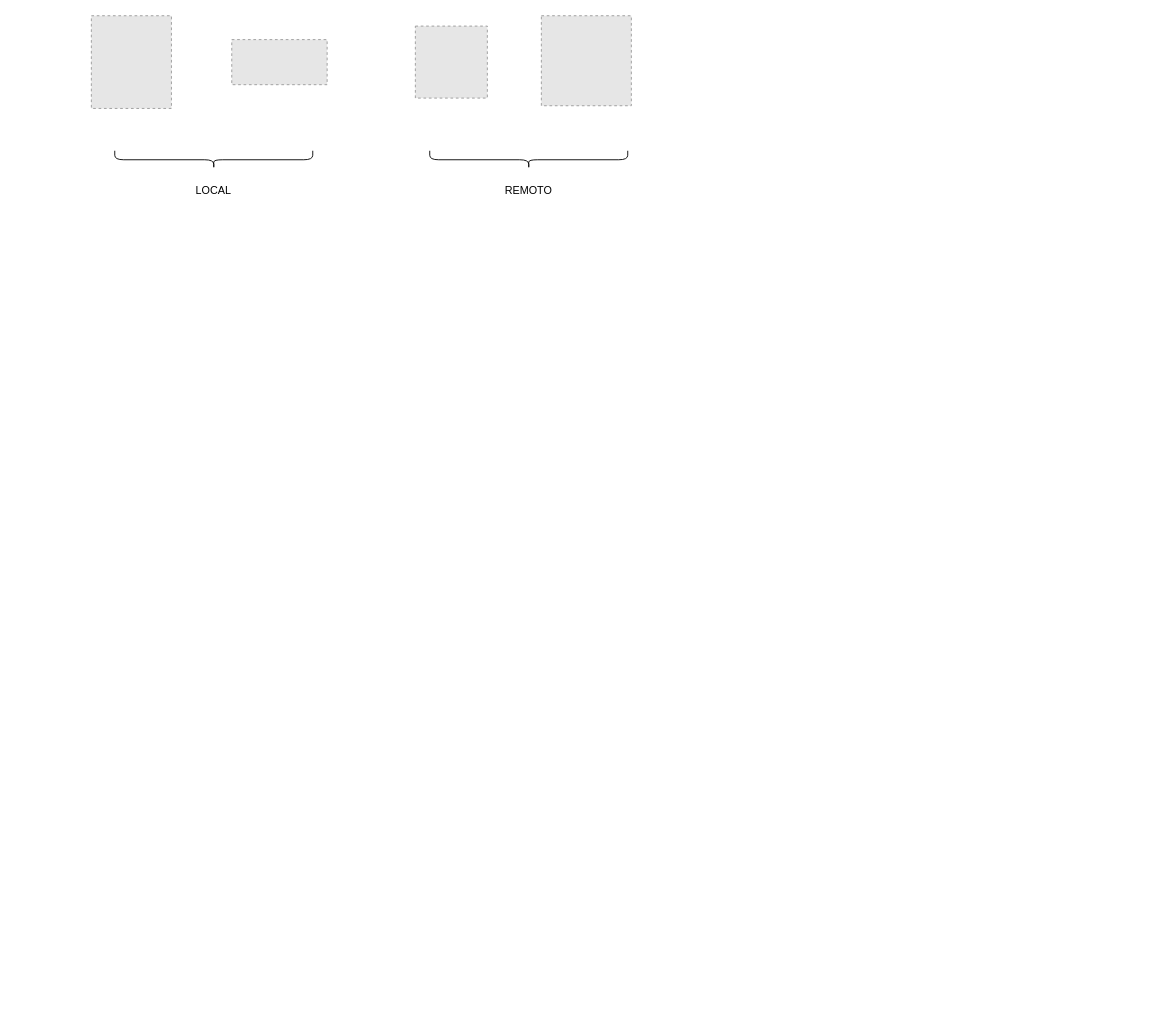
The draw.io diagram draft_solution.drawio in jlvargasy/diagrams, before the edit. Source tidied: cells renumbered, new cells numbered last; positions are measured from the earlier drawing's top-left corner, leaving out a move shared by most shapes. Both pictures are drawn from the tidied source at 90%, with x=0, y=0 at pixel (91, 15). Pictures stored in the file or linked from it are replaced by grey dashed boxes.
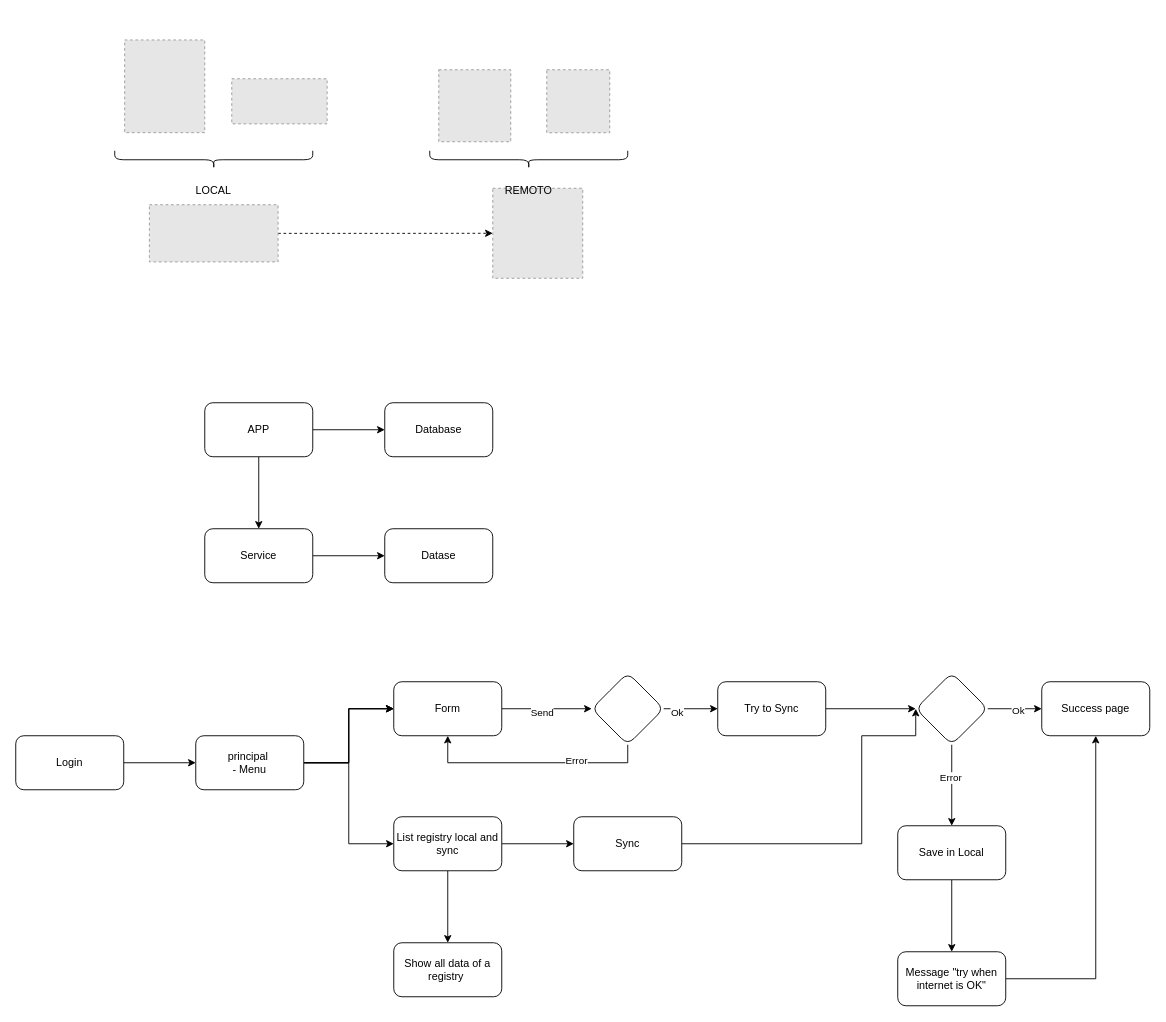
The same diagram, later.

The edit, as a diff of the source:
```diff
@@
     <mxCell id="2" style="fillColor=#E6E6E6;strokeColor=#999999;dashed=1;verticalLabelPosition=bottom;labelBackgroundColor=default;verticalAlign=top;" parent="1" vertex="1">
-      <mxGeometry width="89" height="103" as="geometry" />
+      <mxGeometry x="37" y="26.9" width="89" height="103" as="geometry" />
     </mxCell>
     <mxCell id="3" style="fillColor=#E6E6E6;strokeColor=#999999;dashed=1;verticalLabelPosition=bottom;labelBackgroundColor=default;verticalAlign=top;" parent="1" vertex="1">
-      <mxGeometry x="360" y="11.5" width="80" height="80" as="geometry" />
+      <mxGeometry x="386" y="60" width="80" height="80" as="geometry" />
     </mxCell>
     <mxCell id="4" style="fillColor=#E6E6E6;strokeColor=#999999;dashed=1;verticalLabelPosition=bottom;labelBackgroundColor=default;verticalAlign=top;" parent="1" vertex="1">
-      <mxGeometry x="156" y="26.5" width="106" height="50.1" as="geometry" />
+      <mxGeometry x="156" y="70" width="106" height="50.1" as="geometry" />
     </mxCell>
     <mxCell id="5" style="fillColor=#E6E6E6;strokeColor=#999999;dashed=1;verticalLabelPosition=bottom;labelBackgroundColor=default;verticalAlign=top;" parent="1" vertex="1">
-      <mxGeometry x="500" width="100" height="100" as="geometry" />
+      <mxGeometry x="446" y="191.7" width="100" height="100" as="geometry" />
     </mxCell>
@@
+    <mxCell id="10" style="edgeStyle=orthogonalEdgeStyle;rounded=0;jettySize=auto;html=1;" parent="1" edge="1" source="12" target="13">
+      <mxGeometry relative="1" as="geometry" />
+    </mxCell>
+    <mxCell id="11" style="edgeStyle=orthogonalEdgeStyle;rounded=0;jettySize=auto;html=1;" parent="1" edge="1" source="12" target="15">
+      <mxGeometry relative="1" as="geometry" />
+    </mxCell>
+    <mxCell id="12" value="APP" style="rounded=1;whiteSpace=wrap;html=1;" parent="1" vertex="1">
+      <mxGeometry x="126" y="430" width="120" height="60" as="geometry" />
+    </mxCell>
+    <mxCell id="13" value="Database" style="rounded=1;whiteSpace=wrap;html=1;" parent="1" vertex="1">
+      <mxGeometry x="326" y="430" width="120" height="60" as="geometry" />
+    </mxCell>
+    <mxCell id="14" style="edgeStyle=orthogonalEdgeStyle;rounded=0;jettySize=auto;html=1;" parent="1" edge="1" source="15" target="19">
+      <mxGeometry relative="1" as="geometry" />
+    </mxCell>
+    <mxCell id="15" value="Service" style="whiteSpace=wrap;html=1;rounded=1;" parent="1" vertex="1">
+      <mxGeometry x="126" y="570" width="120" height="60" as="geometry" />
+    </mxCell>
+    <mxCell id="16" style="fillColor=#E6E6E6;strokeColor=#999999;dashed=1;verticalLabelPosition=bottom;labelBackgroundColor=default;verticalAlign=top;" parent="1" vertex="1">
+      <mxGeometry x="506" y="60" width="70" height="70" as="geometry" />
+    </mxCell>
+    <mxCell id="17" style="edgeStyle=orthogonalEdgeStyle;rounded=0;jettySize=auto;html=1;dashed=1;" parent="1" edge="1" source="18" target="5">
+      <mxGeometry relative="1" as="geometry" />
+    </mxCell>
+    <mxCell id="18" style="fillColor=#E6E6E6;strokeColor=#999999;dashed=1;verticalLabelPosition=bottom;labelBackgroundColor=default;verticalAlign=top;" parent="1" vertex="1">
+      <mxGeometry x="64.5" y="210" width="143" height="63.5" as="geometry" />
+    </mxCell>
+    <mxCell id="19" value="Datase" style="whiteSpace=wrap;html=1;rounded=1;" parent="1" vertex="1">
+      <mxGeometry x="326" y="570" width="120" height="60" as="geometry" />
+    </mxCell>
+    <mxCell id="20" style="edgeStyle=orthogonalEdgeStyle;rounded=0;jettySize=auto;html=1;" parent="1" edge="1" source="21" target="26">
+      <mxGeometry relative="1" as="geometry" />
+    </mxCell>
+    <mxCell id="21" value="Login" style="rounded=1;whiteSpace=wrap;html=1;" parent="1" vertex="1">
+      <mxGeometry x="-84" y="800" width="120" height="60" as="geometry" />
+    </mxCell>
+    <mxCell id="22" style="edgeStyle=orthogonalEdgeStyle;rounded=0;jettySize=auto;html=1;" parent="1" edge="1" source="26" target="29">
+      <mxGeometry relative="1" as="geometry" />
+    </mxCell>
+    <mxCell id="23" style="edgeStyle=orthogonalEdgeStyle;rounded=0;jettySize=auto;html=1;" parent="1" edge="1" source="26" target="29">
+      <mxGeometry relative="1" as="geometry" />
+    </mxCell>
+    <mxCell id="24" style="edgeStyle=orthogonalEdgeStyle;rounded=0;jettySize=auto;html=1;" parent="1" edge="1" source="26" target="29">
+      <mxGeometry relative="1" as="geometry" />
+    </mxCell>
+    <mxCell id="25" style="edgeStyle=orthogonalEdgeStyle;rounded=0;jettySize=auto;html=1;exitX=1;exitY=0.5;exitDx=0;exitDy=0;" parent="1" edge="1" source="26" target="47">
+      <mxGeometry relative="1" as="geometry">
+        <Array as="points">
+          <mxPoint x="286" y="830" />
+          <mxPoint x="286" y="920" />
+        </Array>
+      </mxGeometry>
+    </mxCell>
+    <mxCell id="26" value="principal&amp;nbsp;&lt;br&gt;- Menu" style="whiteSpace=wrap;html=1;rounded=1;" parent="1" vertex="1">
+      <mxGeometry x="116" y="800" width="120" height="60" as="geometry" />
+    </mxCell>
+    <mxCell id="27" style="edgeStyle=orthogonalEdgeStyle;rounded=0;jettySize=auto;html=1;" parent="1" edge="1" source="29" target="34">
+      <mxGeometry relative="1" as="geometry" />
+    </mxCell>
+    <mxCell id="28" value="Send" style="edgeLabel;html=1;align=center;verticalAlign=middle;" parent="27" vertex="1">
+      <mxGeometry x="-0.12" y="-4" relative="1" as="geometry" />
+    </mxCell>
+    <mxCell id="29" value="Form" style="whiteSpace=wrap;html=1;rounded=1;" parent="1" vertex="1">
+      <mxGeometry x="336" y="740" width="120" height="60" as="geometry" />
+    </mxCell>
+    <mxCell id="30" style="edgeStyle=orthogonalEdgeStyle;rounded=0;jettySize=auto;html=1;" parent="1" edge="1" source="34" target="36">
+      <mxGeometry relative="1" as="geometry" />
+    </mxCell>
+    <mxCell id="31" value="Ok" style="edgeLabel;html=1;align=center;verticalAlign=middle;" parent="30" vertex="1">
+      <mxGeometry x="-0.53" y="-4" relative="1" as="geometry" />
+    </mxCell>
+    <mxCell id="32" style="edgeStyle=orthogonalEdgeStyle;rounded=0;jettySize=auto;html=1;entryX=0.5;entryY=1;entryDx=0;entryDy=0;" parent="1" edge="1" source="34" target="29">
+      <mxGeometry relative="1" as="geometry">
+        <Array as="points">
+          <mxPoint x="596" y="830" />
+          <mxPoint x="396" y="830" />
+        </Array>
+      </mxGeometry>
+    </mxCell>
+    <mxCell id="33" value="Error" style="edgeLabel;html=1;align=center;verticalAlign=middle;" parent="32" vertex="1">
+      <mxGeometry x="-0.38" y="-3" relative="1" as="geometry" />
+    </mxCell>
+    <mxCell id="34" style="rhombus;whiteSpace=wrap;html=1;rounded=1;" parent="1" vertex="1">
+      <mxGeometry x="556" y="730" width="80" height="80" as="geometry" />
+    </mxCell>
+    <mxCell id="35" style="edgeStyle=orthogonalEdgeStyle;rounded=0;jettySize=auto;html=1;" parent="1" edge="1" source="36" target="41">
+      <mxGeometry relative="1" as="geometry" />
+    </mxCell>
+    <mxCell id="36" value="Try to Sync" style="whiteSpace=wrap;html=1;rounded=1;" parent="1" vertex="1">
+      <mxGeometry x="696" y="740" width="120" height="60" as="geometry" />
+    </mxCell>
+    <mxCell id="37" style="edgeStyle=orthogonalEdgeStyle;rounded=0;jettySize=auto;html=1;" parent="1" edge="1" source="41" target="42">
+      <mxGeometry relative="1" as="geometry" />
+    </mxCell>
+    <mxCell id="38" value="Ok" style="edgeLabel;html=1;align=center;verticalAlign=middle;" parent="37" vertex="1">
+      <mxGeometry x="0.1" y="-1" relative="1" as="geometry" />
+    </mxCell>
+    <mxCell id="39" style="edgeStyle=orthogonalEdgeStyle;rounded=0;jettySize=auto;html=1;" parent="1" edge="1" source="41" target="44">
+      <mxGeometry relative="1" as="geometry" />
+    </mxCell>
+    <mxCell id="40" value="Error" style="edgeLabel;html=1;align=center;verticalAlign=middle;" parent="39" vertex="1">
+      <mxGeometry x="-0.2" y="-2" relative="1" as="geometry" />
+    </mxCell>
+    <mxCell id="41" style="rhombus;whiteSpace=wrap;html=1;rounded=1;" parent="1" vertex="1">
+      <mxGeometry x="916" y="730" width="80" height="80" as="geometry" />
+    </mxCell>
+    <mxCell id="42" value="Success page" style="rounded=1;whiteSpace=wrap;html=1;" parent="1" vertex="1">
+      <mxGeometry x="1056" y="740" width="120" height="60" as="geometry" />
+    </mxCell>
+    <mxCell id="43" style="edgeStyle=orthogonalEdgeStyle;rounded=0;jettySize=auto;html=1;" parent="1" edge="1" source="44" target="51">
+      <mxGeometry relative="1" as="geometry" />
+    </mxCell>
+    <mxCell id="44" value="Save in Local" style="whiteSpace=wrap;html=1;rounded=1;" parent="1" vertex="1">
+      <mxGeometry x="896" y="900" width="120" height="60" as="geometry" />
+    </mxCell>
+    <mxCell id="45" style="edgeStyle=orthogonalEdgeStyle;rounded=0;jettySize=auto;html=1;" parent="1" edge="1" source="47" target="49">
+      <mxGeometry relative="1" as="geometry" />
+    </mxCell>
+    <mxCell id="46" style="edgeStyle=orthogonalEdgeStyle;rounded=0;jettySize=auto;html=1;" parent="1" edge="1" source="47" target="52">
+      <mxGeometry relative="1" as="geometry" />
+    </mxCell>
+    <mxCell id="47" value="List registry local and sync" style="rounded=1;whiteSpace=wrap;html=1;" parent="1" vertex="1">
+      <mxGeometry x="336" y="890" width="120" height="60" as="geometry" />
+    </mxCell>
+    <mxCell id="48" style="edgeStyle=orthogonalEdgeStyle;rounded=0;jettySize=auto;html=1;entryX=0;entryY=0.5;entryDx=0;entryDy=0;" parent="1" edge="1" source="49" target="41">
+      <mxGeometry relative="1" as="geometry">
+        <Array as="points">
+          <mxPoint x="856" y="920" />
+          <mxPoint x="856" y="800" />
+          <mxPoint x="916" y="800" />
+        </Array>
+      </mxGeometry>
+    </mxCell>
+    <mxCell id="49" value="Sync" style="whiteSpace=wrap;html=1;rounded=1;" parent="1" vertex="1">
+      <mxGeometry x="536" y="890" width="120" height="60" as="geometry" />
+    </mxCell>
+    <mxCell id="50" style="edgeStyle=orthogonalEdgeStyle;rounded=0;jettySize=auto;html=1;entryX=0.5;entryY=1;entryDx=0;entryDy=0;" parent="1" edge="1" source="51" target="42">
+      <mxGeometry relative="1" as="geometry" />
+    </mxCell>
+    <mxCell id="51" value="Message &quot;try when internet is OK&quot;" style="whiteSpace=wrap;html=1;rounded=1;" parent="1" vertex="1">
+      <mxGeometry x="896" y="1040" width="120" height="60" as="geometry" />
+    </mxCell>
+    <mxCell id="52" value="Show all data of a registry&amp;nbsp;" style="whiteSpace=wrap;html=1;rounded=1;" parent="1" vertex="1">
+      <mxGeometry x="336" y="1030" width="120" height="60" as="geometry" />
+    </mxCell>
```
